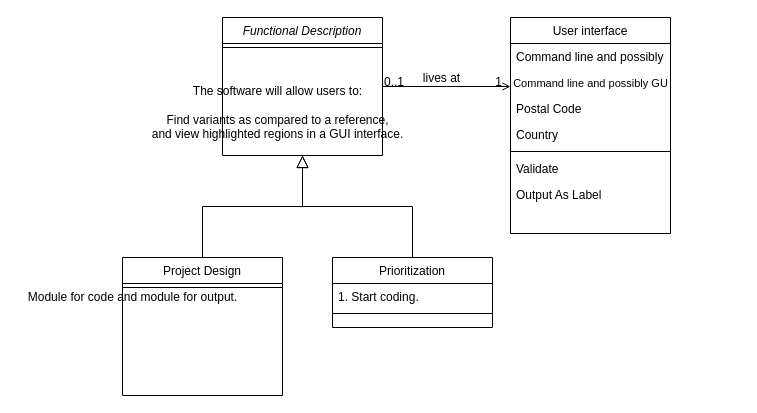
mfunk11/variant_caller keeps this draw.io diagram as Design_Documents/DDS.drawio. Above is the earlier version. Source tidied: cells renumbered, new cells numbered last; positions are measured from the earlier drawing's top-left corner, leaving out a move shared by most shapes. Both pictures are drawn from the tidied source at 100%, with x=0, y=0 at pixel (17, 17).
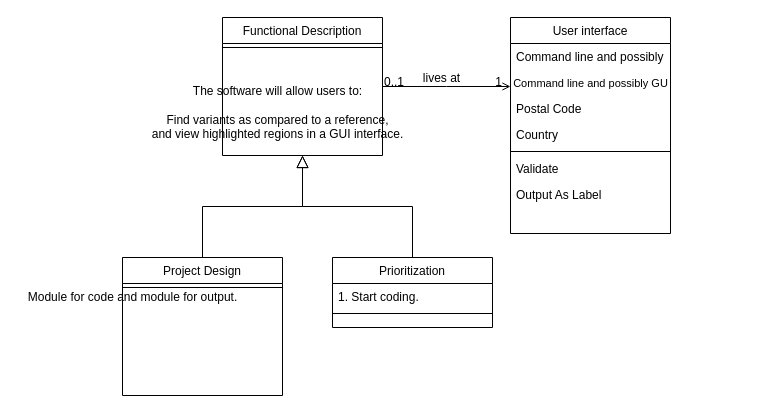
The same diagram, later.

Diff of the diagram source:
```diff
@@
-    <mxCell id="2" value="Functional Description" style="swimlane;fontStyle=2;align=center;verticalAlign=top;horizontal=1;startSize=26;rounded=0;shadow=0;strokeWidth=1;" parent="1" vertex="1">
+    <mxCell id="2" value="Functional Description" style="swimlane;fontStyle=0;align=center;verticalAlign=top;horizontal=1;startSize=26;rounded=0;shadow=0;strokeWidth=1;" parent="1" vertex="1">
       <mxGeometry x="205" width="160" height="138" as="geometry" />
     </mxCell>
```
